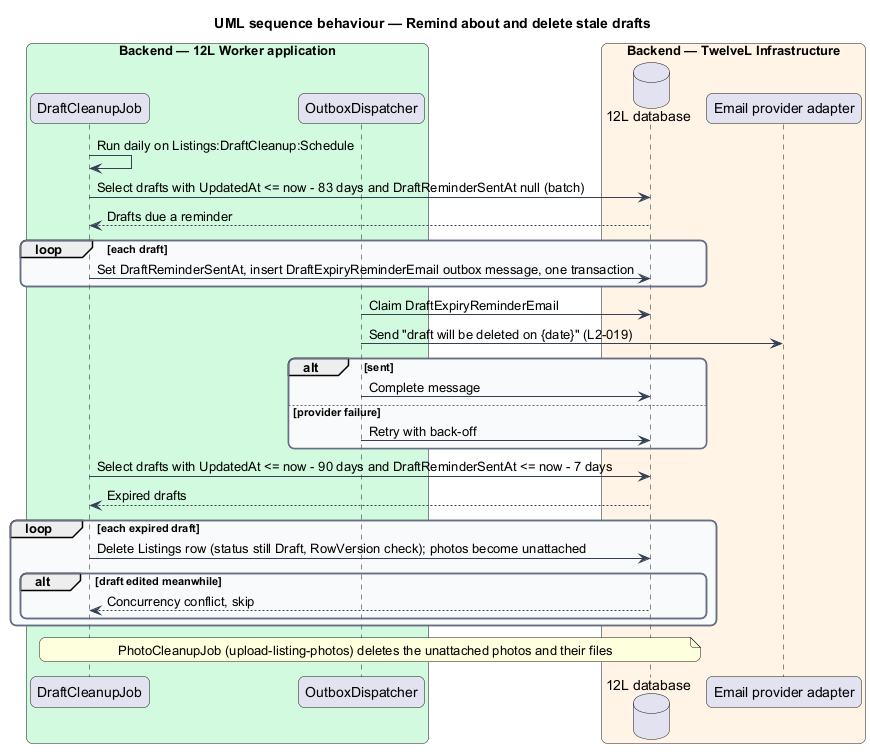
This is docs/detailed-designs/listings/manage-my-listings/diagrams/sequence-draft-cleanup.png from QuinntyneBrown/12l, a PlantUML export, as it was before one commit. The source it was exported from:
```plantuml
@startuml
title UML sequence behaviour — Remind about and delete stale drafts
skinparam backgroundColor #FFFFFF
skinparam shadowing false
skinparam roundcorner 12
skinparam defaultFontName Arial
skinparam ArrowColor #344054
skinparam rectangle {
  BorderColor #344054
  FontColor #101828
}
skinparam package {
  BorderColor #667085
  FontColor #101828
  BackgroundColor #F9FAFB
}
box "Backend — 12L Worker application" #D1FADF
  participant "DraftCleanupJob" as job
  participant "OutboxDispatcher" as outbox
end box
box "Backend — TwelveL Infrastructure" #FFF4E5
  database "12L database" as db
  participant "Email provider adapter" as email
end box
job -> job : Run daily on Listings:DraftCleanup:Schedule
job -> db : Select drafts with UpdatedAt <= now - 83 days and DraftReminderSentAt null (batch)
db --> job : Drafts due a reminder
loop each draft
  job -> db : Set DraftReminderSentAt, insert DraftExpiryReminderEmail outbox message, one transaction
end
outbox -> db : Claim DraftExpiryReminderEmail
outbox -> email : Send "draft will be deleted on {date}" (L2-019)
alt sent
  outbox -> db : Complete message
else provider failure
  outbox -> db : Retry with back-off
end
job -> db : Select drafts with UpdatedAt <= now - 90 days and DraftReminderSentAt <= now - 7 days
db --> job : Expired drafts
loop each expired draft
  job -> db : Delete Listings row (status still Draft, RowVersion check); photos become unattached
  alt draft edited meanwhile
    db --> job : Concurrency conflict, skip
  end
end
note over job, db : PhotoCleanupJob (upload-listing-photos) deletes the unattached photos and their files
@enduml
```
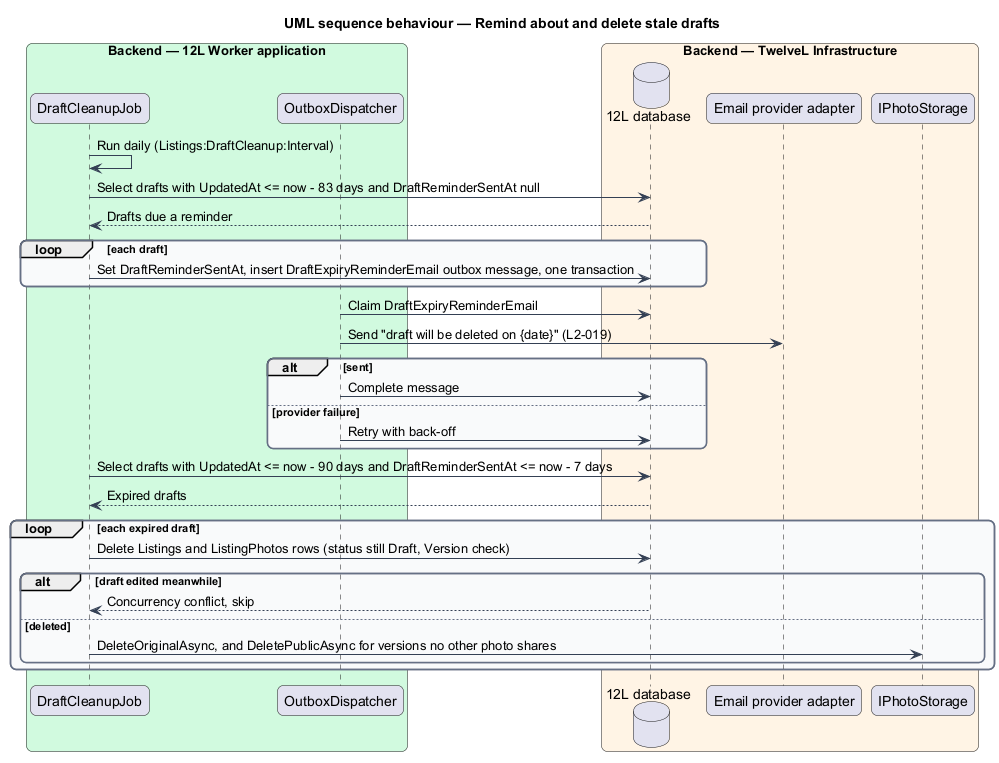
The same file after the commit.

Diff of the diagram source:
```diff
@@ -21,9 +21,10 @@
 box "Backend — TwelveL Infrastructure" #FFF4E5
   database "12L database" as db
   participant "Email provider adapter" as email
+  participant "IPhotoStorage" as storage
 end box
-job -> job : Run daily on Listings:DraftCleanup:Schedule
-job -> db : Select drafts with UpdatedAt <= now - 83 days and DraftReminderSentAt null (batch)
+job -> job : Run daily (Listings:DraftCleanup:Interval)
+job -> db : Select drafts with UpdatedAt <= now - 83 days and DraftReminderSentAt null
 db --> job : Drafts due a reminder
 loop each draft
   job -> db : Set DraftReminderSentAt, insert DraftExpiryReminderEmail outbox message, one transaction
@@ -38,10 +39,11 @@
 job -> db : Select drafts with UpdatedAt <= now - 90 days and DraftReminderSentAt <= now - 7 days
 db --> job : Expired drafts
 loop each expired draft
-  job -> db : Delete Listings row (status still Draft, RowVersion check); photos become unattached
+  job -> db : Delete Listings and ListingPhotos rows (status still Draft, Version check)
   alt draft edited meanwhile
     db --> job : Concurrency conflict, skip
+  else deleted
+    job -> storage : DeleteOriginalAsync, and DeletePublicAsync for versions no other photo shares
   end
 end
-note over job, db : PhotoCleanupJob (upload-listing-photos) deletes the unattached photos and their files
 @enduml
```
